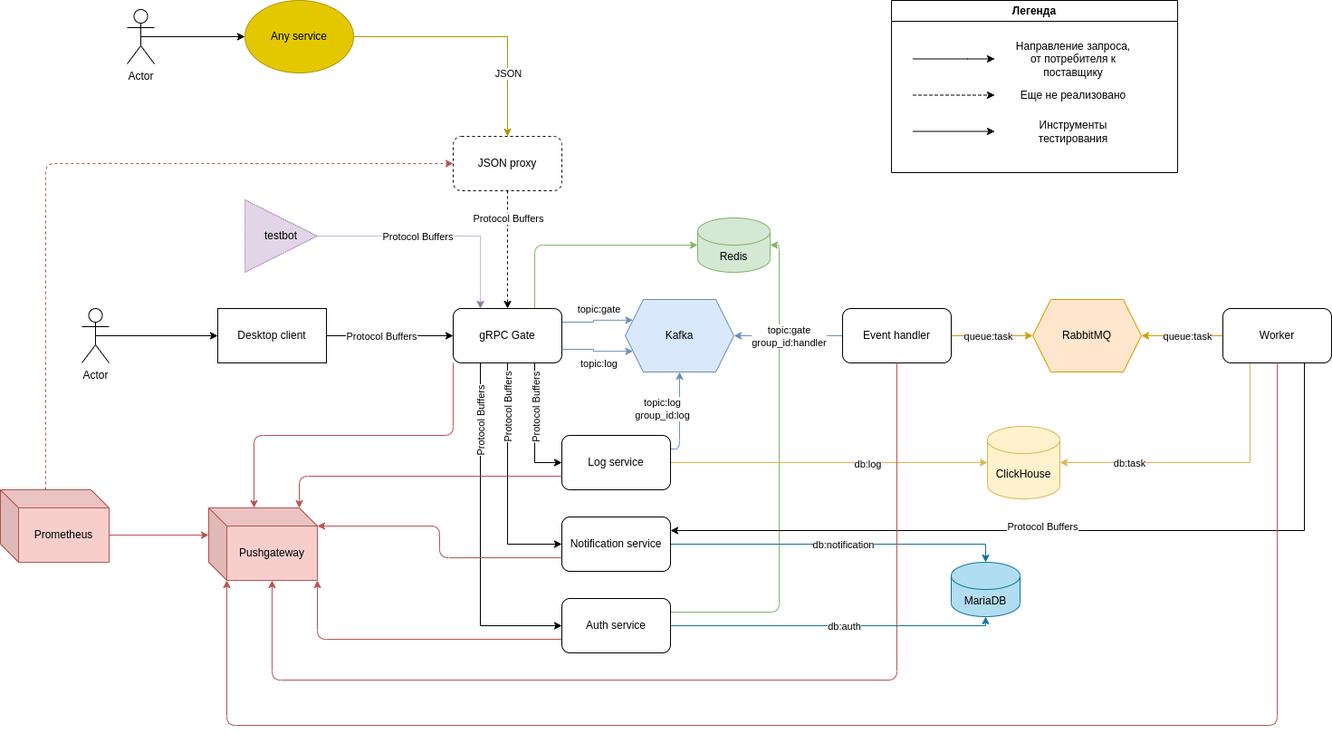
Above: scheme.drawio.png in gbh007/petus-projectus (draw.io), before the change. Source tidied: cells renumbered, new cells last; positions are measured from the earlier drawing's top-left corner, leaving out a move shared by most shapes.
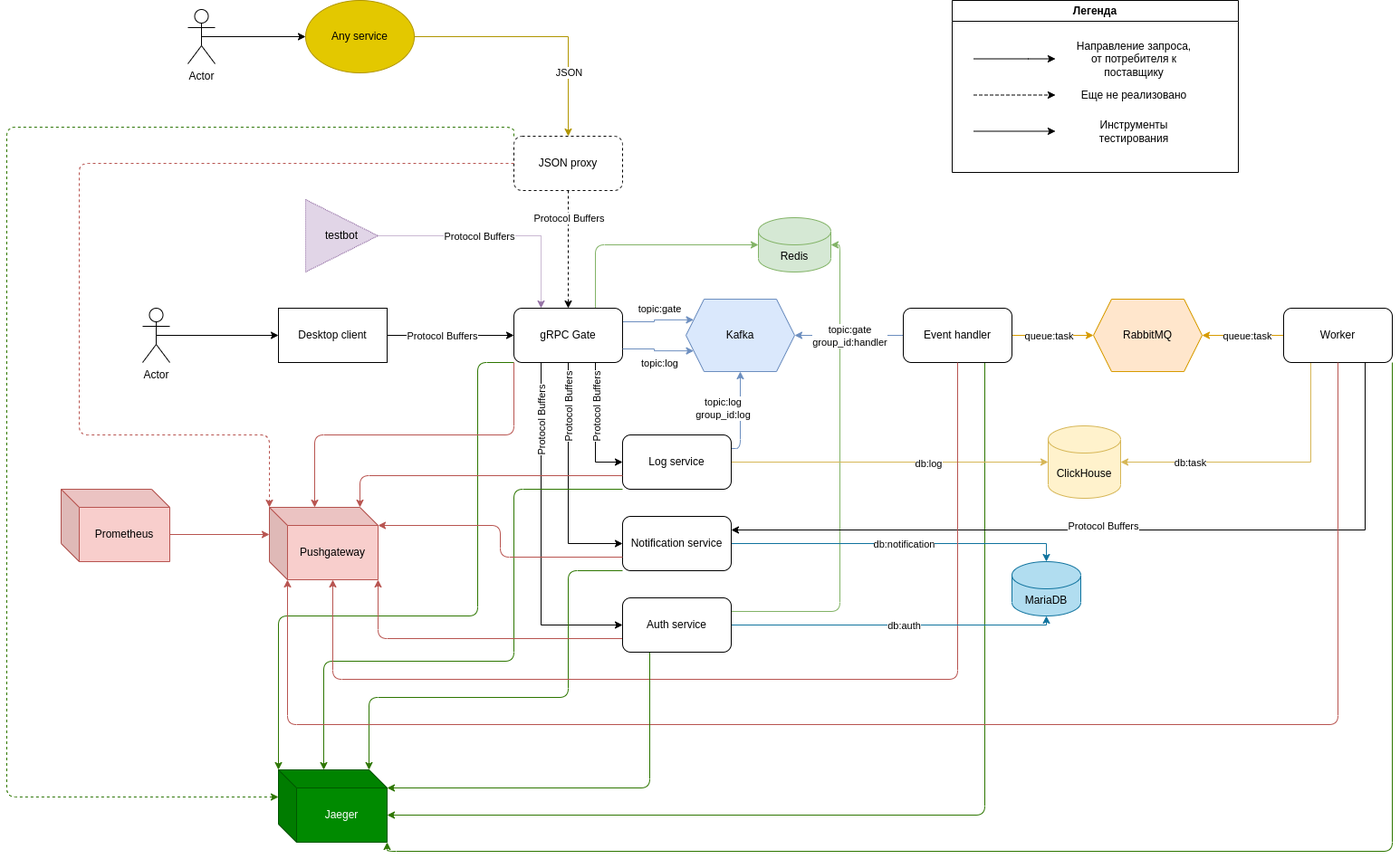
The same diagram one commit later.

Change to the diagram source:
```diff
@@ -39,6 +39,9 @@
         <mxPoint x="7" y="1" as="offset" />
       </mxGeometry>
     </mxCell>
+    <mxCell id="79" style="edgeStyle=orthogonalEdgeStyle;html=1;exitX=0.75;exitY=1;exitDx=0;exitDy=0;entryX=0;entryY=0;entryDx=120;entryDy=50;entryPerimeter=0;strokeColor=#2D7600;fillColor=#60a917;" parent="1" edge="1" source="13" target="86">
+      <mxGeometry relative="1" as="geometry" />
+    </mxCell>
     <mxCell id="13" value="Event handler" style="rounded=1;whiteSpace=wrap;html=1;" parent="1" vertex="1">
       <mxGeometry x="930" y="340" width="120" height="60" as="geometry" />
     </mxCell>
@@ -53,6 +56,9 @@
         <mxPoint x="11" y="-3" as="offset" />
       </mxGeometry>
     </mxCell>
+    <mxCell id="80" style="edgeStyle=orthogonalEdgeStyle;html=1;exitX=1;exitY=1;exitDx=0;exitDy=0;entryX=1;entryY=1;entryDx=0;entryDy=0;entryPerimeter=0;strokeColor=#2D7600;fillColor=#60a917;" parent="1" edge="1" source="17" target="86">
+      <mxGeometry relative="1" as="geometry" />
+    </mxCell>
     <mxCell id="17" value="Worker" style="rounded=1;whiteSpace=wrap;html=1;" parent="1" vertex="1">
       <mxGeometry x="1350" y="340" width="120" height="60" as="geometry" />
     </mxCell>
@@ -86,6 +92,15 @@
     <mxCell id="25" style="edgeStyle=orthogonalEdgeStyle;html=1;exitX=0.75;exitY=0;exitDx=0;exitDy=0;entryX=0;entryY=0.5;entryDx=0;entryDy=0;strokeColor=#82b366;fillColor=#d5e8d4;entryPerimeter=0;" parent="1" edge="1" source="26" target="60">
       <mxGeometry relative="1" as="geometry" />
     </mxCell>
+    <mxCell id="81" style="edgeStyle=orthogonalEdgeStyle;html=1;exitX=0;exitY=1;exitDx=0;exitDy=0;entryX=0;entryY=0;entryDx=0;entryDy=0;entryPerimeter=0;fillColor=#60a917;strokeColor=#2D7600;" parent="1" edge="1" source="26" target="86">
+      <mxGeometry relative="1" as="geometry">
+        <Array as="points">
+          <mxPoint x="460" y="400" />
+          <mxPoint x="460" y="680" />
+          <mxPoint x="240" y="680" />
+        </Array>
+      </mxGeometry>
+    </mxCell>
     <mxCell id="26" value="gRPC Gate" style="rounded=1;whiteSpace=wrap;html=1;" parent="1" vertex="1">
       <mxGeometry x="500" y="340" width="120" height="60" as="geometry" />
     </mxCell>
@@ -97,6 +112,15 @@
         <mxPoint x="-2" y="-20" as="offset" />
       </mxGeometry>
     </mxCell>
+    <mxCell id="82" style="edgeStyle=orthogonalEdgeStyle;html=1;exitX=0;exitY=0;exitDx=0;exitDy=0;entryX=0;entryY=0;entryDx=0;entryDy=30;entryPerimeter=0;strokeColor=#2D7600;fillColor=#60a917;dashed=1;" parent="1" edge="1" source="29" target="86">
+      <mxGeometry relative="1" as="geometry">
+        <Array as="points">
+          <mxPoint x="500" y="140" />
+          <mxPoint x="-60" y="140" />
+          <mxPoint x="-60" y="880" />
+        </Array>
+      </mxGeometry>
+    </mxCell>
     <mxCell id="29" value="JSON proxy" style="rounded=1;whiteSpace=wrap;html=1;dashed=1;" parent="1" vertex="1">
       <mxGeometry x="500" y="150" width="120" height="60" as="geometry" />
     </mxCell>
@@ -141,6 +165,15 @@
     <mxCell id="41" value="db:log" style="edgeLabel;html=1;align=center;verticalAlign=middle;" parent="40" vertex="1">
       <mxGeometry x="0.24" y="-1" relative="1" as="geometry" />
     </mxCell>
+    <mxCell id="83" style="edgeStyle=orthogonalEdgeStyle;html=1;exitX=0;exitY=1;exitDx=0;exitDy=0;entryX=0;entryY=0;entryDx=50;entryDy=0;entryPerimeter=0;strokeColor=#2D7600;fillColor=#60a917;" parent="1" edge="1" source="42" target="86">
+      <mxGeometry relative="1" as="geometry">
+        <Array as="points">
+          <mxPoint x="500" y="540" />
+          <mxPoint x="500" y="730" />
+          <mxPoint x="290" y="730" />
+        </Array>
+      </mxGeometry>
+    </mxCell>
     <mxCell id="42" value="Log service" style="rounded=1;whiteSpace=wrap;html=1;" parent="1" vertex="1">
       <mxGeometry x="620" y="480" width="120" height="60" as="geometry" />
     </mxCell>
@@ -152,6 +185,15 @@
         <mxPoint x="-18" y="-1" as="offset" />
       </mxGeometry>
     </mxCell>
+    <mxCell id="84" style="edgeStyle=orthogonalEdgeStyle;html=1;exitX=0;exitY=1;exitDx=0;exitDy=0;entryX=0;entryY=0;entryDx=100;entryDy=0;entryPerimeter=0;strokeColor=#2D7600;fillColor=#60a917;" parent="1" edge="1" source="45" target="86">
+      <mxGeometry relative="1" as="geometry">
+        <Array as="points">
+          <mxPoint x="560" y="630" />
+          <mxPoint x="560" y="770" />
+          <mxPoint x="340" y="770" />
+        </Array>
+      </mxGeometry>
+    </mxCell>
     <mxCell id="45" value="Notification service" style="rounded=1;whiteSpace=wrap;html=1;" parent="1" vertex="1">
       <mxGeometry x="620" y="570" width="120" height="60" as="geometry" />
     </mxCell>
@@ -180,8 +222,14 @@
         </Array>
       </mxGeometry>
     </mxCell>
-    <mxCell id="51" style="edgeStyle=orthogonalEdgeStyle;rounded=1;comic=0;html=1;exitX=0;exitY=0;exitDx=50;exitDy=0;exitPerimeter=0;entryX=0;entryY=0.5;entryDx=0;entryDy=0;strokeColor=#b85450;dashed=1;fillColor=#f8cecc;" parent="1" edge="1" source="54" target="29">
-      <mxGeometry relative="1" as="geometry" />
+    <mxCell id="51" style="edgeStyle=orthogonalEdgeStyle;rounded=1;comic=0;html=1;exitX=0;exitY=0.5;exitDx=0;exitDy=0;entryX=0;entryY=0;entryDx=0;entryDy=0;strokeColor=#b85450;dashed=1;fillColor=#f8cecc;entryPerimeter=0;" parent="1" edge="1" source="29" target="72">
+      <mxGeometry relative="1" as="geometry">
+        <Array as="points">
+          <mxPoint x="20" y="180" />
+          <mxPoint x="20" y="480" />
+          <mxPoint x="230" y="480" />
+        </Array>
+      </mxGeometry>
     </mxCell>
     <mxCell id="52" style="edgeStyle=orthogonalEdgeStyle;html=1;exitX=0;exitY=0.75;exitDx=0;exitDy=0;entryX=1;entryY=1;entryDx=0;entryDy=0;strokeColor=#b85450;comic=0;fillColor=#f8cecc;entryPerimeter=0;" parent="1" edge="1" source="57" target="72">
       <mxGeometry relative="1" as="geometry" />
@@ -200,6 +248,9 @@
         <mxPoint x="-61" as="offset" />
       </mxGeometry>
     </mxCell>
+    <mxCell id="85" style="edgeStyle=orthogonalEdgeStyle;html=1;exitX=0.25;exitY=1;exitDx=0;exitDy=0;entryX=0;entryY=0;entryDx=120;entryDy=20;entryPerimeter=0;strokeColor=#2D7600;fillColor=#60a917;" parent="1" edge="1" source="57" target="86">
+      <mxGeometry relative="1" as="geometry" />
+    </mxCell>
     <mxCell id="57" value="Auth service" style="rounded=1;whiteSpace=wrap;html=1;" parent="1" vertex="1">
       <mxGeometry x="620" y="660" width="120" height="60" as="geometry" />
     </mxCell>
@@ -289,5 +340,8 @@
     <mxCell id="78" value="Protocol Buffers" style="edgeLabel;html=1;align=center;verticalAlign=middle;" parent="77" vertex="1">
       <mxGeometry x="-0.15" relative="1" as="geometry" />
     </mxCell>
+    <mxCell id="86" value="Jaeger" style="shape=cube;whiteSpace=wrap;html=1;boundedLbl=1;backgroundOutline=1;darkOpacity=0.05;darkOpacity2=0.1;fillColor=#008a00;strokeColor=#005700;fontColor=#ffffff;" parent="1" vertex="1">
+      <mxGeometry x="240" y="850" width="120" height="80" as="geometry" />
+    </mxCell>
   </root>
 </mxGraphModel>
```
